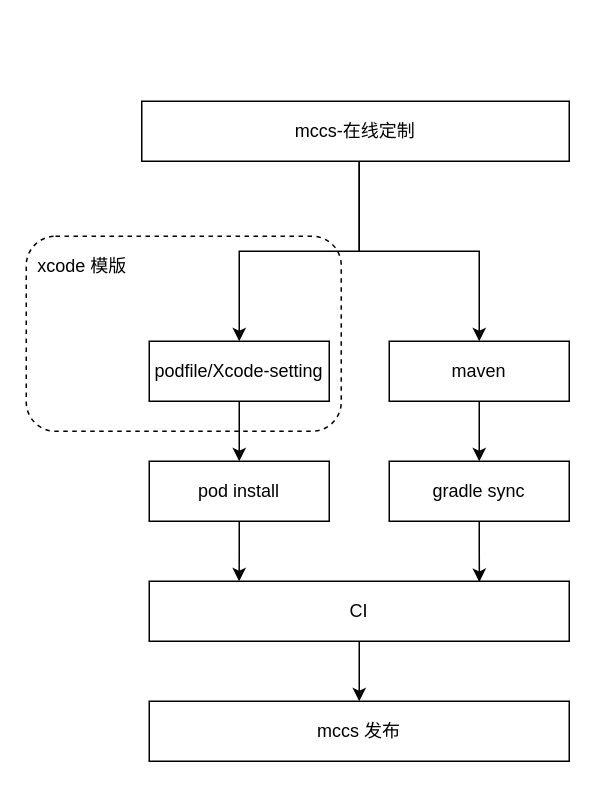
Above: baseBuild.drawio in Dcell/drawio (draw.io), before the change. Source tidied: cells renumbered, new cells numbered last; positions are measured from the earlier drawing's top-left corner, leaving out a move shared by most shapes. Both pictures are drawn from the tidied source at 150%, with x=0, y=0 at pixel (26, 100).
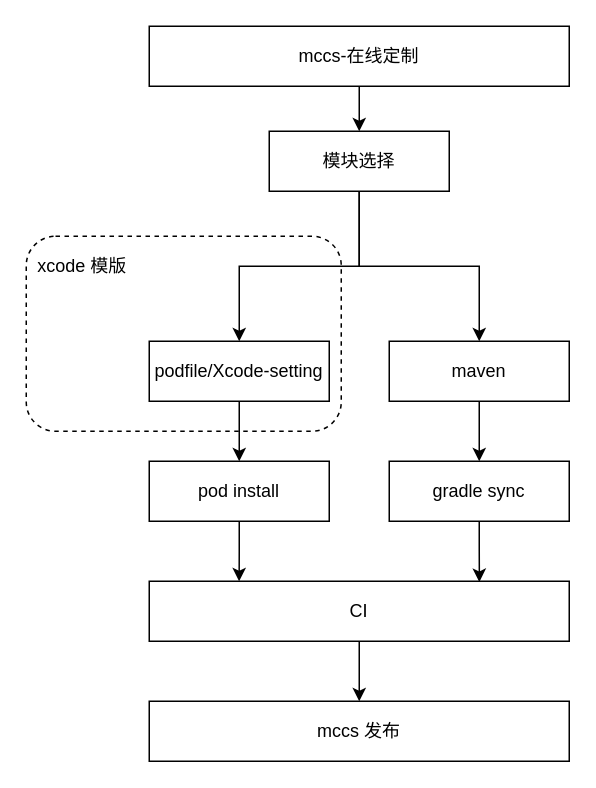
The same page after the edit.

The change refers to these unchanged cells:
```xml
<mxCell id="7" value="podfile/Xcode-setting" style="rounded=0;whiteSpace=wrap;html=1;fillColor=none;" parent="1" vertex="1">
  <mxGeometry x="82" y="160" width="120" height="40" as="geometry" />
</mxCell>
<mxCell id="9" value="maven" style="rounded=0;whiteSpace=wrap;html=1;fillColor=none;" parent="1" vertex="1">
  <mxGeometry x="242" y="160" width="120" height="40" as="geometry" />
</mxCell>
```

The edit, as a diff of the source:
```diff
@@
-    <mxCell id="3" style="edgeStyle=orthogonalEdgeStyle;rounded=0;jettySize=auto;html=1;entryX=0.5;entryY=0;entryDx=0;entryDy=0;" parent="1" edge="1" source="5" target="7">
-      <mxGeometry relative="1" as="geometry">
-        <Array as="points">
-          <mxPoint x="222" y="100" />
-          <mxPoint x="142" y="100" />
-        </Array>
-      </mxGeometry>
-    </mxCell>
-    <mxCell id="4" style="edgeStyle=orthogonalEdgeStyle;rounded=0;jettySize=auto;html=1;entryX=0.5;entryY=0;entryDx=0;entryDy=0;" parent="1" edge="1" source="5" target="9">
+    <mxCell id="4" style="edgeStyle=orthogonalEdgeStyle;rounded=0;jettySize=auto;html=1;entryX=0.5;entryY=0;entryDx=0;entryDy=0;exitX=0.5;exitY=1;exitDx=0;exitDy=0;" parent="1" edge="1" source="20" target="9">
       <mxGeometry relative="1" as="geometry">
         <Array as="points">
-          <mxPoint x="222" y="100" />
-          <mxPoint x="302" y="100" />
+          <mxPoint x="222" y="110" />
+          <mxPoint x="302" y="110" />
         </Array>
       </mxGeometry>
     </mxCell>
+    <mxCell id="18" style="edgeStyle=orthogonalEdgeStyle;rounded=0;jettySize=auto;html=1;entryX=0.5;entryY=0;entryDx=0;entryDy=0;" parent="1" edge="1" source="5" target="20">
+      <mxGeometry relative="1" as="geometry" />
+    </mxCell>
     <mxCell id="5" value="mccs-在线定制" style="rounded=0;whiteSpace=wrap;html=1;fillColor=none;" parent="1" vertex="1">
-      <mxGeometry x="77" width="285" height="40" as="geometry" />
+      <mxGeometry x="82" y="-50" width="280" height="40" as="geometry" />
     </mxCell>
@@
+    <mxCell id="19" style="edgeStyle=orthogonalEdgeStyle;rounded=0;jettySize=auto;html=1;entryX=0.5;entryY=0;entryDx=0;entryDy=0;" parent="1" edge="1" source="20" target="7">
+      <mxGeometry relative="1" as="geometry" />
+    </mxCell>
+    <mxCell id="20" value="模块选择" style="rounded=0;whiteSpace=wrap;html=1;" parent="1" vertex="1">
+      <mxGeometry x="162" y="20" width="120" height="40" as="geometry" />
+    </mxCell>
```
